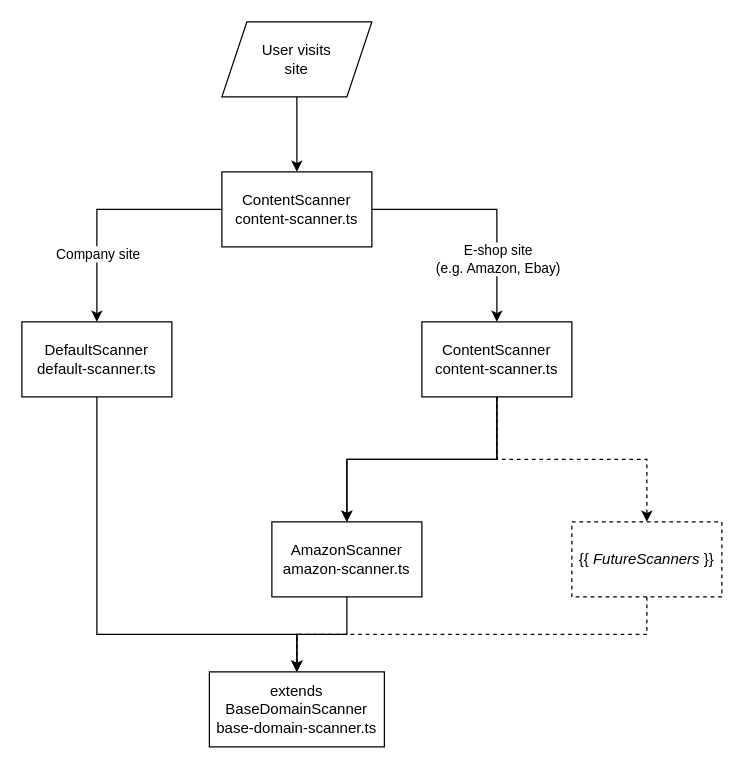
Above: docs/architecture-scanner.drawio in schang1146/ClintonCAT (draw.io), before the change. Source tidied: cells renumbered, new cells numbered last; positions are measured from the earlier drawing's top-left corner, leaving out a move shared by most shapes. Both pictures are drawn from the tidied source at 125%, with x=0, y=0 at pixel (21, 21).
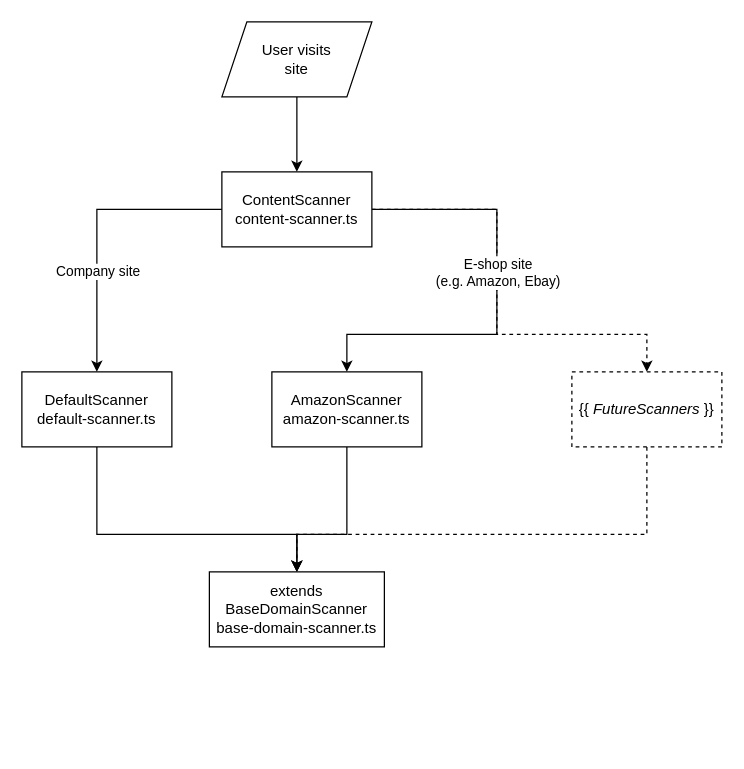
After the change.

The change refers to these unchanged cells:
```xml
<mxCell id="4" style="edgeStyle=orthogonalEdgeStyle;rounded=0;jettySize=auto;html=1;entryX=0.5;entryY=0;entryDx=0;entryDy=0;exitX=0;exitY=0.5;exitDx=0;exitDy=0;" parent="1" edge="1" source="18" target="3">
  <mxGeometry relative="1" as="geometry" />
</mxCell>
<mxCell id="18" value="&lt;div&gt;ContentScanner&lt;/div&gt;&lt;div&gt;content-scanner.ts&lt;/div&gt;" style="rounded=0;whiteSpace=wrap;html=1;" parent="1" vertex="1">
  <mxGeometry x="160" y="120" width="120" height="60" as="geometry" />
</mxCell>
```

Change to the diagram source:
```diff
@@
     <mxCell id="2" style="edgeStyle=orthogonalEdgeStyle;rounded=0;jettySize=auto;html=1;entryX=0.5;entryY=0;entryDx=0;entryDy=0;" parent="1" edge="1" source="3" target="19">
       <mxGeometry relative="1" as="geometry">
         <Array as="points">
-          <mxPoint x="60" y="490" />
-          <mxPoint x="220" y="490" />
+          <mxPoint x="60" y="410" />
+          <mxPoint x="220" y="410" />
         </Array>
       </mxGeometry>
     </mxCell>
     <mxCell id="3" value="&lt;div&gt;DefaultScanner&lt;/div&gt;&lt;div&gt;default-scanner.ts&lt;/div&gt;" style="rounded=0;whiteSpace=wrap;html=1;" parent="1" vertex="1">
-      <mxGeometry y="240" width="120" height="60" as="geometry" />
+      <mxGeometry y="280" width="120" height="60" as="geometry" />
     </mxCell>
@@
     <mxCell id="5" value="Company site" style="edgeLabel;html=1;align=center;verticalAlign=middle;" parent="4" vertex="1">
-      <mxGeometry x="0.42" relative="1" as="geometry" />
+      <mxGeometry x="0.42" relative="1" as="geometry">
+        <mxPoint y="-14" as="offset" />
+      </mxGeometry>
     </mxCell>
-    <mxCell id="6" style="edgeStyle=orthogonalEdgeStyle;rounded=0;jettySize=auto;html=1;entryX=0.5;entryY=0;entryDx=0;entryDy=0;exitX=1;exitY=0.5;exitDx=0;exitDy=0;" parent="1" edge="1" source="18" target="13">
-      <mxGeometry relative="1" as="geometry" />
-    </mxCell>
-    <mxCell id="7" value="E-shop site&lt;br&gt;(e.g. Amazon, Ebay)" style="edgeLabel;html=1;align=center;verticalAlign=middle;" parent="6" vertex="1">
-      <mxGeometry x="0.34" y="-1" relative="1" as="geometry">
-        <mxPoint x="1" y="12" as="offset" />
-      </mxGeometry>
-    </mxCell>
@@
-    <mxCell id="10" style="edgeStyle=orthogonalEdgeStyle;rounded=0;jettySize=auto;html=1;" parent="1" edge="1" source="13" target="15">
-      <mxGeometry relative="1" as="geometry" />
-    </mxCell>
-    <mxCell id="11" style="edgeStyle=orthogonalEdgeStyle;rounded=0;jettySize=auto;html=1;" parent="1" edge="1" source="13" target="15">
-      <mxGeometry relative="1" as="geometry" />
-    </mxCell>
-    <mxCell id="12" style="edgeStyle=orthogonalEdgeStyle;rounded=0;jettySize=auto;html=1;entryX=0.5;entryY=0;entryDx=0;entryDy=0;dashed=1;" parent="1" edge="1" source="13" target="17">
-      <mxGeometry relative="1" as="geometry" />
-    </mxCell>
-    <mxCell id="13" value="&lt;div&gt;ContentScanner&lt;/div&gt;&lt;div&gt;content-scanner.ts&lt;/div&gt;" style="rounded=0;whiteSpace=wrap;html=1;" parent="1" vertex="1">
-      <mxGeometry x="320" y="240" width="120" height="60" as="geometry" />
-    </mxCell>
     <mxCell id="14" style="edgeStyle=orthogonalEdgeStyle;rounded=0;jettySize=auto;html=1;entryX=0.5;entryY=0;entryDx=0;entryDy=0;" parent="1" edge="1" source="15" target="19">
-      <mxGeometry relative="1" as="geometry" />
+      <mxGeometry relative="1" as="geometry">
+        <Array as="points">
+          <mxPoint x="260" y="410" />
+          <mxPoint x="220" y="410" />
+        </Array>
+      </mxGeometry>
     </mxCell>
     <mxCell id="15" value="&lt;div&gt;AmazonScanner&lt;/div&gt;&lt;div&gt;amazon-scanner.ts&lt;/div&gt;" style="rounded=0;whiteSpace=wrap;html=1;" parent="1" vertex="1">
-      <mxGeometry x="200" y="400" width="120" height="60" as="geometry" />
+      <mxGeometry x="200" y="280" width="120" height="60" as="geometry" />
     </mxCell>
     <mxCell id="16" style="edgeStyle=orthogonalEdgeStyle;rounded=0;jettySize=auto;html=1;entryX=0.5;entryY=0;entryDx=0;entryDy=0;dashed=1;" parent="1" edge="1" source="17" target="19">
       <mxGeometry relative="1" as="geometry">
         <Array as="points">
-          <mxPoint x="500" y="490" />
-          <mxPoint x="220" y="490" />
+          <mxPoint x="500" y="410" />
+          <mxPoint x="220" y="410" />
         </Array>
       </mxGeometry>
     </mxCell>
     <mxCell id="17" value="{{&amp;nbsp;&lt;i&gt;FutureScanners&amp;nbsp;&lt;/i&gt;}}" style="whiteSpace=wrap;html=1;rounded=0;dashed=1;" parent="1" vertex="1">
-      <mxGeometry x="440" y="400" width="120" height="60" as="geometry" />
+      <mxGeometry x="440" y="280" width="120" height="60" as="geometry" />
     </mxCell>
+    <mxCell id="20" style="edgeStyle=orthogonalEdgeStyle;rounded=0;jettySize=auto;html=1;entryX=0.5;entryY=0;entryDx=0;entryDy=0;dashed=1;" parent="1" edge="1" source="18" target="17">
+      <mxGeometry relative="1" as="geometry">
+        <Array as="points">
+          <mxPoint x="380" y="150" />
+          <mxPoint x="380" y="250" />
+          <mxPoint x="500" y="250" />
+        </Array>
+      </mxGeometry>
+    </mxCell>
+    <mxCell id="21" style="edgeStyle=orthogonalEdgeStyle;rounded=0;jettySize=auto;html=1;entryX=0.5;entryY=0;entryDx=0;entryDy=0;" parent="1" edge="1" source="18" target="15">
+      <mxGeometry relative="1" as="geometry">
+        <Array as="points">
+          <mxPoint x="380" y="150" />
+          <mxPoint x="380" y="250" />
+          <mxPoint x="260" y="250" />
+        </Array>
+      </mxGeometry>
+    </mxCell>
+    <mxCell id="7" value="E-shop site&lt;br&gt;(e.g. Amazon, Ebay)" style="edgeLabel;html=1;align=center;verticalAlign=middle;" parent="21" vertex="1">
+      <mxGeometry x="0.22" y="-5" relative="1" as="geometry">
+        <mxPoint x="14" y="-45" as="offset" />
+      </mxGeometry>
+    </mxCell>
@@
     <mxCell id="19" value="&lt;div&gt;extends&lt;/div&gt;&lt;div&gt;BaseDomainScanner&lt;/div&gt;&lt;div&gt;base-domain-scanner.ts&lt;/div&gt;" style="rounded=0;whiteSpace=wrap;html=1;" parent="1" vertex="1">
-      <mxGeometry x="150" y="520" width="140" height="60" as="geometry" />
+      <mxGeometry x="150" y="440" width="140" height="60" as="geometry" />
     </mxCell>
```
